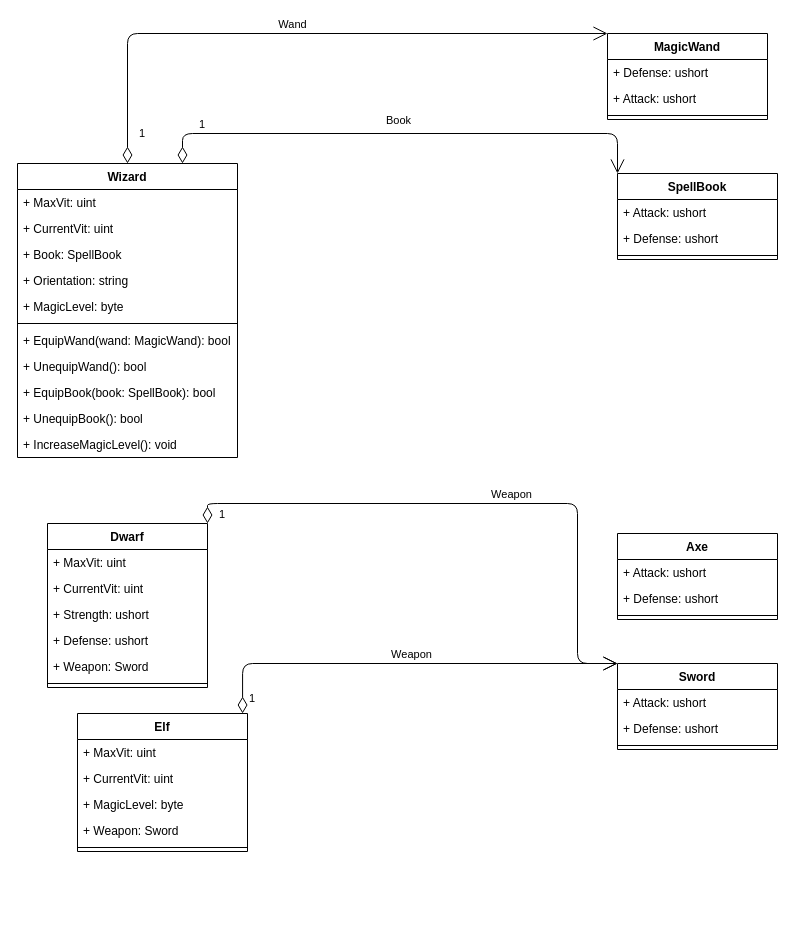
Above: Assets/index.drawio in ProgramacionII-Equipo3/PII_RoleplayGame_1_Start (draw.io), before the change. Source tidied: cells renumbered, new cells numbered last; positions are measured from the earlier drawing's top-left corner, leaving out a move shared by most shapes. Both pictures are drawn from the tidied source at 100%, with x=0, y=0 at pixel (17, 33).
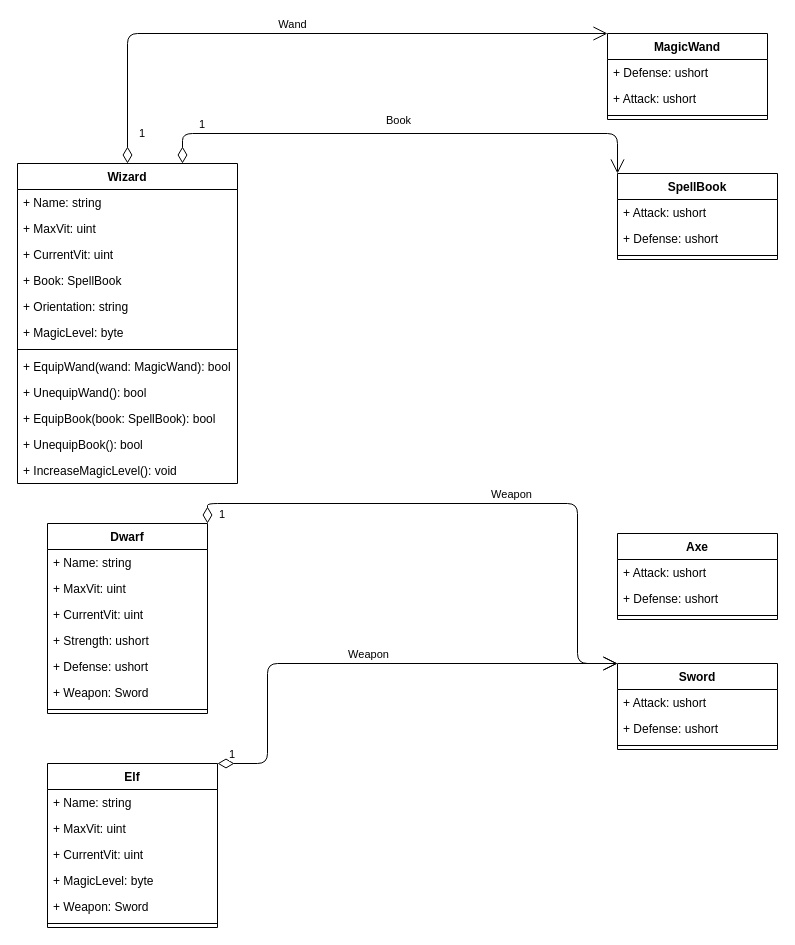
The same page after the edit.

Unchanged cells that the change refers to:
```xml
<mxCell id="31" value="Sword" style="swimlane;fontStyle=1;align=center;verticalAlign=top;horizontal=1;startSize=26;" parent="1" vertex="1">
  <mxGeometry x="600" y="630" width="160" height="86" as="geometry" />
</mxCell>
```

Change to the diagram source:
```diff
@@
     <mxCell id="2" value="Dwarf" style="swimlane;fontStyle=1;align=center;verticalAlign=top;horizontal=1;startSize=26;" parent="1" vertex="1">
-      <mxGeometry x="30" y="490" width="160" height="164" as="geometry" />
+      <mxGeometry x="30" y="490" width="160" height="190" as="geometry" />
     </mxCell>
+    <mxCell id="51" value="+ Name: string" style="text;strokeColor=none;fillColor=none;align=left;verticalAlign=top;spacingLeft=4;spacingRight=4;overflow=hidden;" parent="2" vertex="1">
+      <mxGeometry y="26" width="160" height="26" as="geometry" />
+    </mxCell>
     <mxCell id="3" value="+ MaxVit: uint" style="text;strokeColor=none;fillColor=none;align=left;verticalAlign=top;spacingLeft=4;spacingRight=4;overflow=hidden;" parent="2" vertex="1">
-      <mxGeometry y="26" width="160" height="26" as="geometry" />
+      <mxGeometry y="52" width="160" height="26" as="geometry" />
     </mxCell>
     <mxCell id="4" value="+ CurrentVit: uint" style="text;strokeColor=none;fillColor=none;align=left;verticalAlign=top;spacingLeft=4;spacingRight=4;overflow=hidden;" parent="2" vertex="1">
-      <mxGeometry y="52" width="160" height="26" as="geometry" />
+      <mxGeometry y="78" width="160" height="26" as="geometry" />
     </mxCell>
     <mxCell id="5" value="+ Strength: ushort" style="text;strokeColor=none;fillColor=none;align=left;verticalAlign=top;spacingLeft=4;spacingRight=4;overflow=hidden;" parent="2" vertex="1">
-      <mxGeometry y="78" width="160" height="26" as="geometry" />
+      <mxGeometry y="104" width="160" height="26" as="geometry" />
     </mxCell>
     <mxCell id="6" value="+ Defense: ushort" style="text;strokeColor=none;fillColor=none;align=left;verticalAlign=top;spacingLeft=4;spacingRight=4;overflow=hidden;" parent="2" vertex="1">
-      <mxGeometry y="104" width="160" height="26" as="geometry" />
+      <mxGeometry y="130" width="160" height="26" as="geometry" />
     </mxCell>
     <mxCell id="7" value="+ Weapon: Sword" style="text;strokeColor=none;fillColor=none;align=left;verticalAlign=top;spacingLeft=4;spacingRight=4;overflow=hidden;" parent="2" vertex="1">
-      <mxGeometry y="130" width="160" height="26" as="geometry" />
+      <mxGeometry y="156" width="160" height="26" as="geometry" />
     </mxCell>
     <mxCell id="8" style="line;strokeWidth=1;fillColor=none;align=left;verticalAlign=middle;spacingTop=-1;spacingLeft=3;spacingRight=3;labelPosition=right;" parent="2" vertex="1">
-      <mxGeometry y="156" width="160" height="8" as="geometry" />
+      <mxGeometry y="182" width="160" height="8" as="geometry" />
     </mxCell>
     <mxCell id="9" value="Wizard" style="swimlane;fontStyle=1;align=center;verticalAlign=top;horizontal=1;startSize=26;" parent="1" vertex="1">
-      <mxGeometry y="130" width="220" height="294" as="geometry" />
+      <mxGeometry y="130" width="220" height="320" as="geometry" />
     </mxCell>
+    <mxCell id="52" value="+ Name: string" style="text;strokeColor=none;fillColor=none;align=left;verticalAlign=top;spacingLeft=4;spacingRight=4;overflow=hidden;" parent="9" vertex="1">
+      <mxGeometry y="26" width="220" height="26" as="geometry" />
+    </mxCell>
     <mxCell id="10" value="+ MaxVit: uint" style="text;strokeColor=none;fillColor=none;align=left;verticalAlign=top;spacingLeft=4;spacingRight=4;overflow=hidden;" parent="9" vertex="1">
-      <mxGeometry y="26" width="220" height="26" as="geometry" />
+      <mxGeometry y="52" width="220" height="26" as="geometry" />
     </mxCell>
     <mxCell id="11" value="+ CurrentVit: uint" style="text;strokeColor=none;fillColor=none;align=left;verticalAlign=top;spacingLeft=4;spacingRight=4;overflow=hidden;" parent="9" vertex="1">
-      <mxGeometry y="52" width="220" height="26" as="geometry" />
+      <mxGeometry y="78" width="220" height="26" as="geometry" />
     </mxCell>
     <mxCell id="12" value="+ Book: SpellBook" style="text;strokeColor=none;fillColor=none;align=left;verticalAlign=top;spacingLeft=4;spacingRight=4;overflow=hidden;" parent="9" vertex="1">
-      <mxGeometry y="78" width="220" height="26" as="geometry" />
+      <mxGeometry y="104" width="220" height="26" as="geometry" />
     </mxCell>
     <mxCell id="13" value="+ Orientation: string" style="text;strokeColor=none;fillColor=none;align=left;verticalAlign=top;spacingLeft=4;spacingRight=4;overflow=hidden;" parent="9" vertex="1">
-      <mxGeometry y="104" width="220" height="26" as="geometry" />
+      <mxGeometry y="130" width="220" height="26" as="geometry" />
     </mxCell>
     <mxCell id="14" value="+ MagicLevel: byte" style="text;strokeColor=none;fillColor=none;align=left;verticalAlign=top;spacingLeft=4;spacingRight=4;overflow=hidden;" parent="9" vertex="1">
-      <mxGeometry y="130" width="220" height="26" as="geometry" />
+      <mxGeometry y="156" width="220" height="26" as="geometry" />
     </mxCell>
     <mxCell id="15" style="line;strokeWidth=1;fillColor=none;align=left;verticalAlign=middle;spacingTop=-1;spacingLeft=3;spacingRight=3;labelPosition=right;" parent="9" vertex="1">
-      <mxGeometry y="156" width="220" height="8" as="geometry" />
+      <mxGeometry y="182" width="220" height="8" as="geometry" />
     </mxCell>
     <mxCell id="16" value="+ EquipWand(wand: MagicWand): bool" style="text;strokeColor=none;fillColor=none;align=left;verticalAlign=top;spacingLeft=4;spacingRight=4;overflow=hidden;" parent="9" vertex="1">
-      <mxGeometry y="164" width="220" height="26" as="geometry" />
+      <mxGeometry y="190" width="220" height="26" as="geometry" />
     </mxCell>
     <mxCell id="17" value="+ UnequipWand(): bool" style="text;strokeColor=none;fillColor=none;align=left;verticalAlign=top;spacingLeft=4;spacingRight=4;overflow=hidden;" parent="9" vertex="1">
-      <mxGeometry y="190" width="220" height="26" as="geometry" />
+      <mxGeometry y="216" width="220" height="26" as="geometry" />
     </mxCell>
     <mxCell id="18" value="+ EquipBook(book: SpellBook): bool" style="text;strokeColor=none;fillColor=none;align=left;verticalAlign=top;spacingLeft=4;spacingRight=4;overflow=hidden;" parent="9" vertex="1">
-      <mxGeometry y="216" width="220" height="26" as="geometry" />
+      <mxGeometry y="242" width="220" height="26" as="geometry" />
     </mxCell>
     <mxCell id="19" value="+ UnequipBook(): bool" style="text;strokeColor=none;fillColor=none;align=left;verticalAlign=top;spacingLeft=4;spacingRight=4;overflow=hidden;" parent="9" vertex="1">
-      <mxGeometry y="242" width="220" height="26" as="geometry" />
+      <mxGeometry y="268" width="220" height="26" as="geometry" />
     </mxCell>
     <mxCell id="20" value="+ IncreaseMagicLevel(): void" style="text;strokeColor=none;fillColor=none;align=left;verticalAlign=top;spacingLeft=4;spacingRight=4;overflow=hidden;" parent="9" vertex="1">
-      <mxGeometry y="268" width="220" height="26" as="geometry" />
+      <mxGeometry y="294" width="220" height="26" as="geometry" />
     </mxCell>
     <mxCell id="21" value="Elf" style="swimlane;fontStyle=1;align=center;verticalAlign=top;horizontal=1;startSize=26;" parent="1" vertex="1">
-      <mxGeometry x="60" y="680" width="170" height="138" as="geometry" />
+      <mxGeometry x="30" y="730" width="170" height="164" as="geometry" />
     </mxCell>
+    <mxCell id="53" value="+ Name: string" style="text;strokeColor=none;fillColor=none;align=left;verticalAlign=top;spacingLeft=4;spacingRight=4;overflow=hidden;" parent="21" vertex="1">
+      <mxGeometry y="26" width="170" height="26" as="geometry" />
+    </mxCell>
     <mxCell id="22" value="+ MaxVit: uint" style="text;strokeColor=none;fillColor=none;align=left;verticalAlign=top;spacingLeft=4;spacingRight=4;overflow=hidden;" parent="21" vertex="1">
-      <mxGeometry y="26" width="170" height="26" as="geometry" />
+      <mxGeometry y="52" width="170" height="26" as="geometry" />
     </mxCell>
     <mxCell id="23" value="+ CurrentVit: uint" style="text;strokeColor=none;fillColor=none;align=left;verticalAlign=top;spacingLeft=4;spacingRight=4;overflow=hidden;" parent="21" vertex="1">
-      <mxGeometry y="52" width="170" height="26" as="geometry" />
+      <mxGeometry y="78" width="170" height="26" as="geometry" />
     </mxCell>
     <mxCell id="24" value="+ MagicLevel: byte" style="text;strokeColor=none;fillColor=none;align=left;verticalAlign=top;spacingLeft=4;spacingRight=4;overflow=hidden;" parent="21" vertex="1">
-      <mxGeometry y="78" width="170" height="26" as="geometry" />
+      <mxGeometry y="104" width="170" height="26" as="geometry" />
     </mxCell>
     <mxCell id="25" value="+ Weapon: Sword" style="text;strokeColor=none;fillColor=none;align=left;verticalAlign=top;spacingLeft=4;spacingRight=4;overflow=hidden;" parent="21" vertex="1">
-      <mxGeometry y="104" width="170" height="26" as="geometry" />
+      <mxGeometry y="130" width="170" height="26" as="geometry" />
     </mxCell>
     <mxCell id="26" style="line;strokeWidth=1;fillColor=none;align=left;verticalAlign=middle;spacingTop=-1;spacingLeft=3;spacingRight=3;labelPosition=right;" parent="21" vertex="1">
-      <mxGeometry y="130" width="170" height="8" as="geometry" />
+      <mxGeometry y="156" width="170" height="8" as="geometry" />
     </mxCell>
@@
-    <mxCell id="45" value="1" style="endArrow=open;html=1;endSize=12;startArrow=diamondThin;startSize=14;startFill=0;edgeStyle=orthogonalEdgeStyle;align=left;verticalAlign=bottom;exitX=0.971;exitY=0;exitDx=0;exitDy=0;exitPerimeter=0;entryX=0;entryY=0;entryDx=0;entryDy=0;" parent="1" edge="1" source="21" target="31">
-      <mxGeometry x="-0.97" y="-5" relative="1" as="geometry">
+    <mxCell id="45" value="1" style="endArrow=open;html=1;endSize=12;startArrow=diamondThin;startSize=14;startFill=0;edgeStyle=orthogonalEdgeStyle;align=left;verticalAlign=bottom;entryX=0;entryY=0;entryDx=0;entryDy=0;exitX=1;exitY=0;exitDx=0;exitDy=0;" parent="1" edge="1" source="21" target="31">
+      <mxGeometry x="-0.96" relative="1" as="geometry">
         <Array as="points">
-          <mxPoint x="225" y="630" />
+          <mxPoint x="250" y="730" />
+          <mxPoint x="250" y="630" />
         </Array>
       </mxGeometry>
     </mxCell>
```
